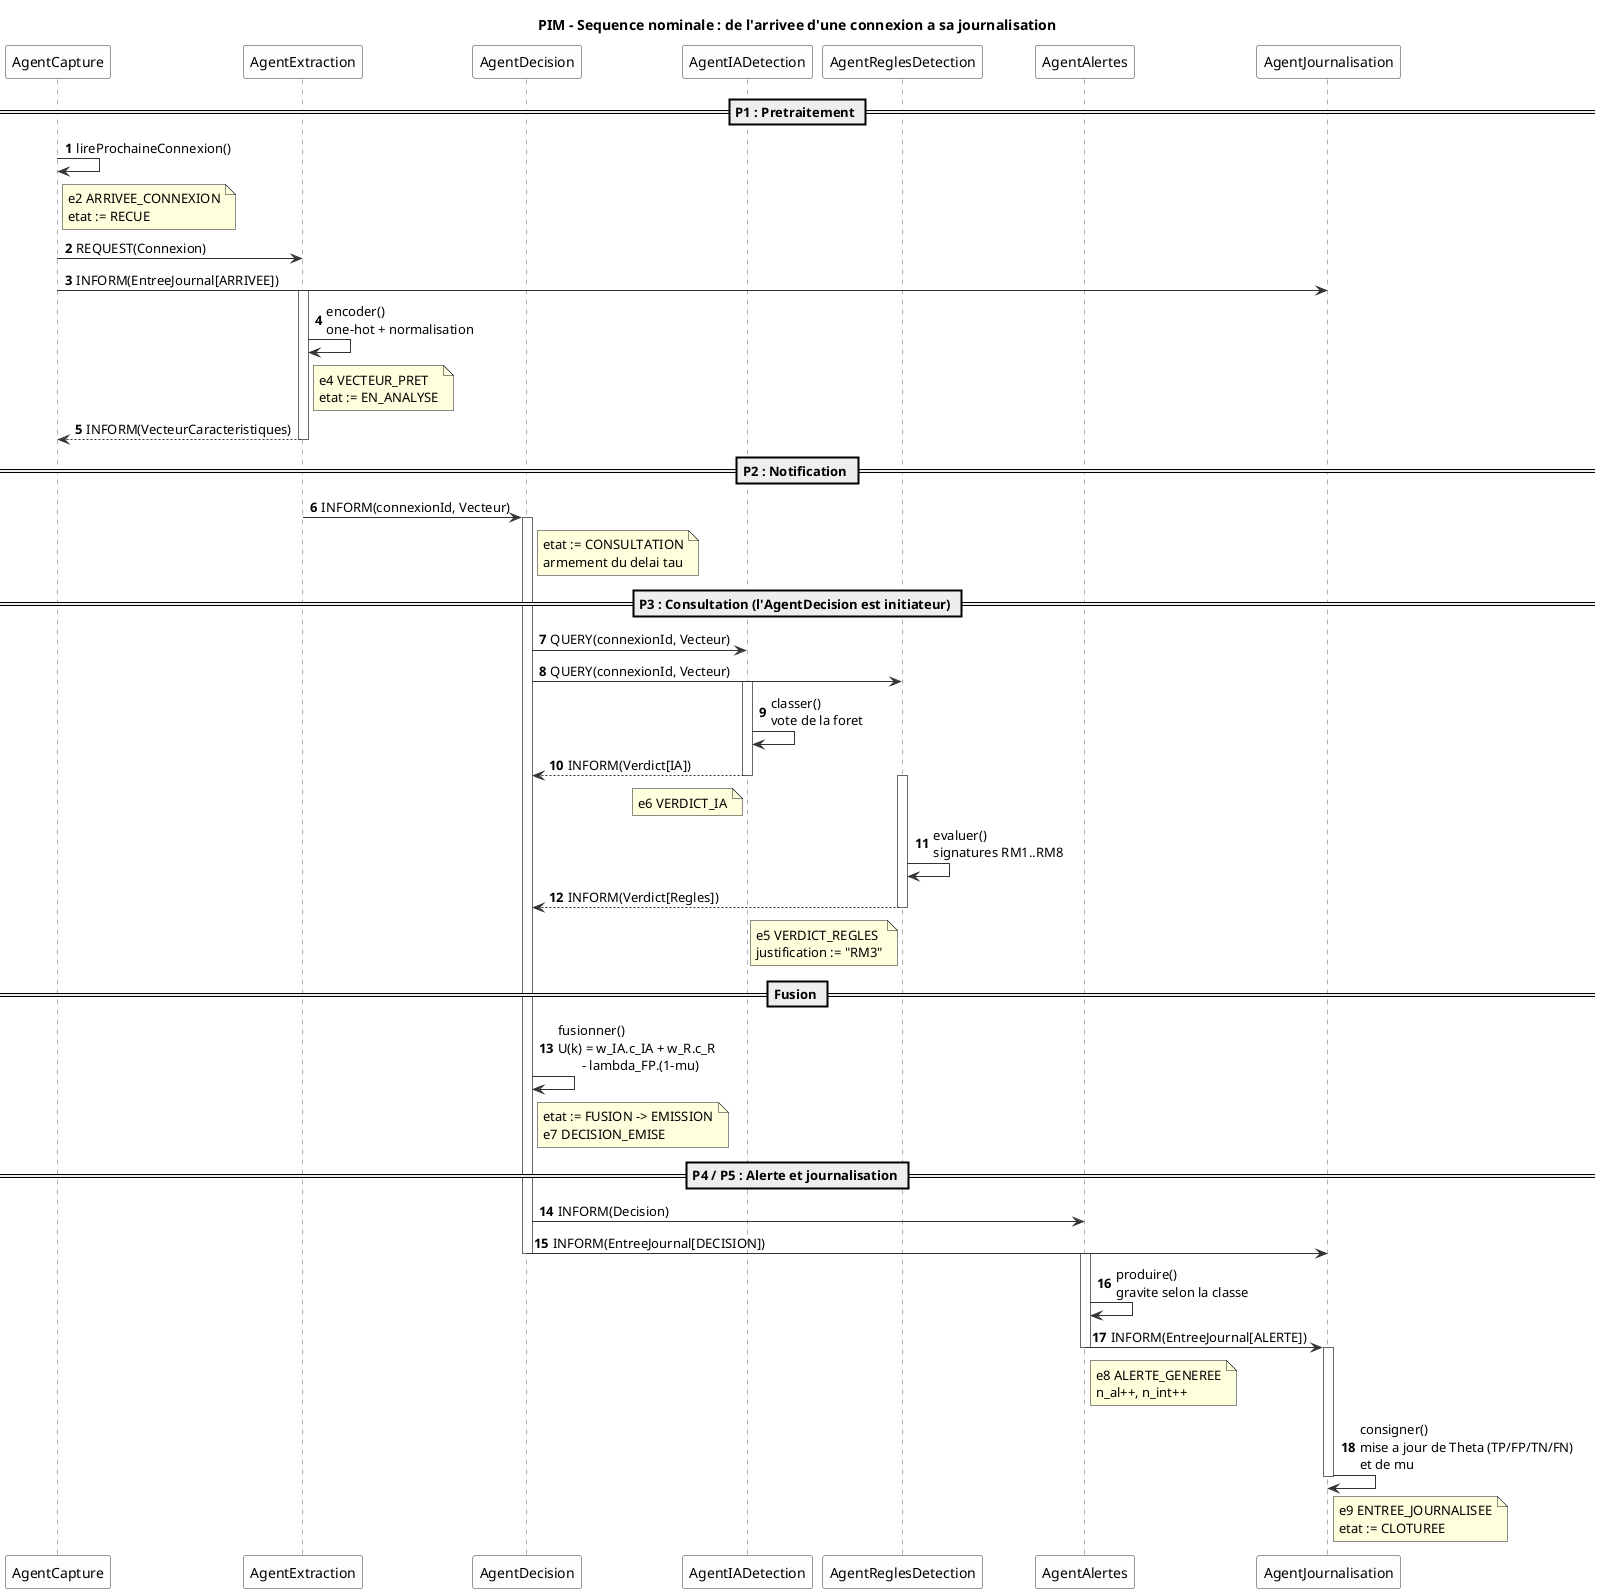
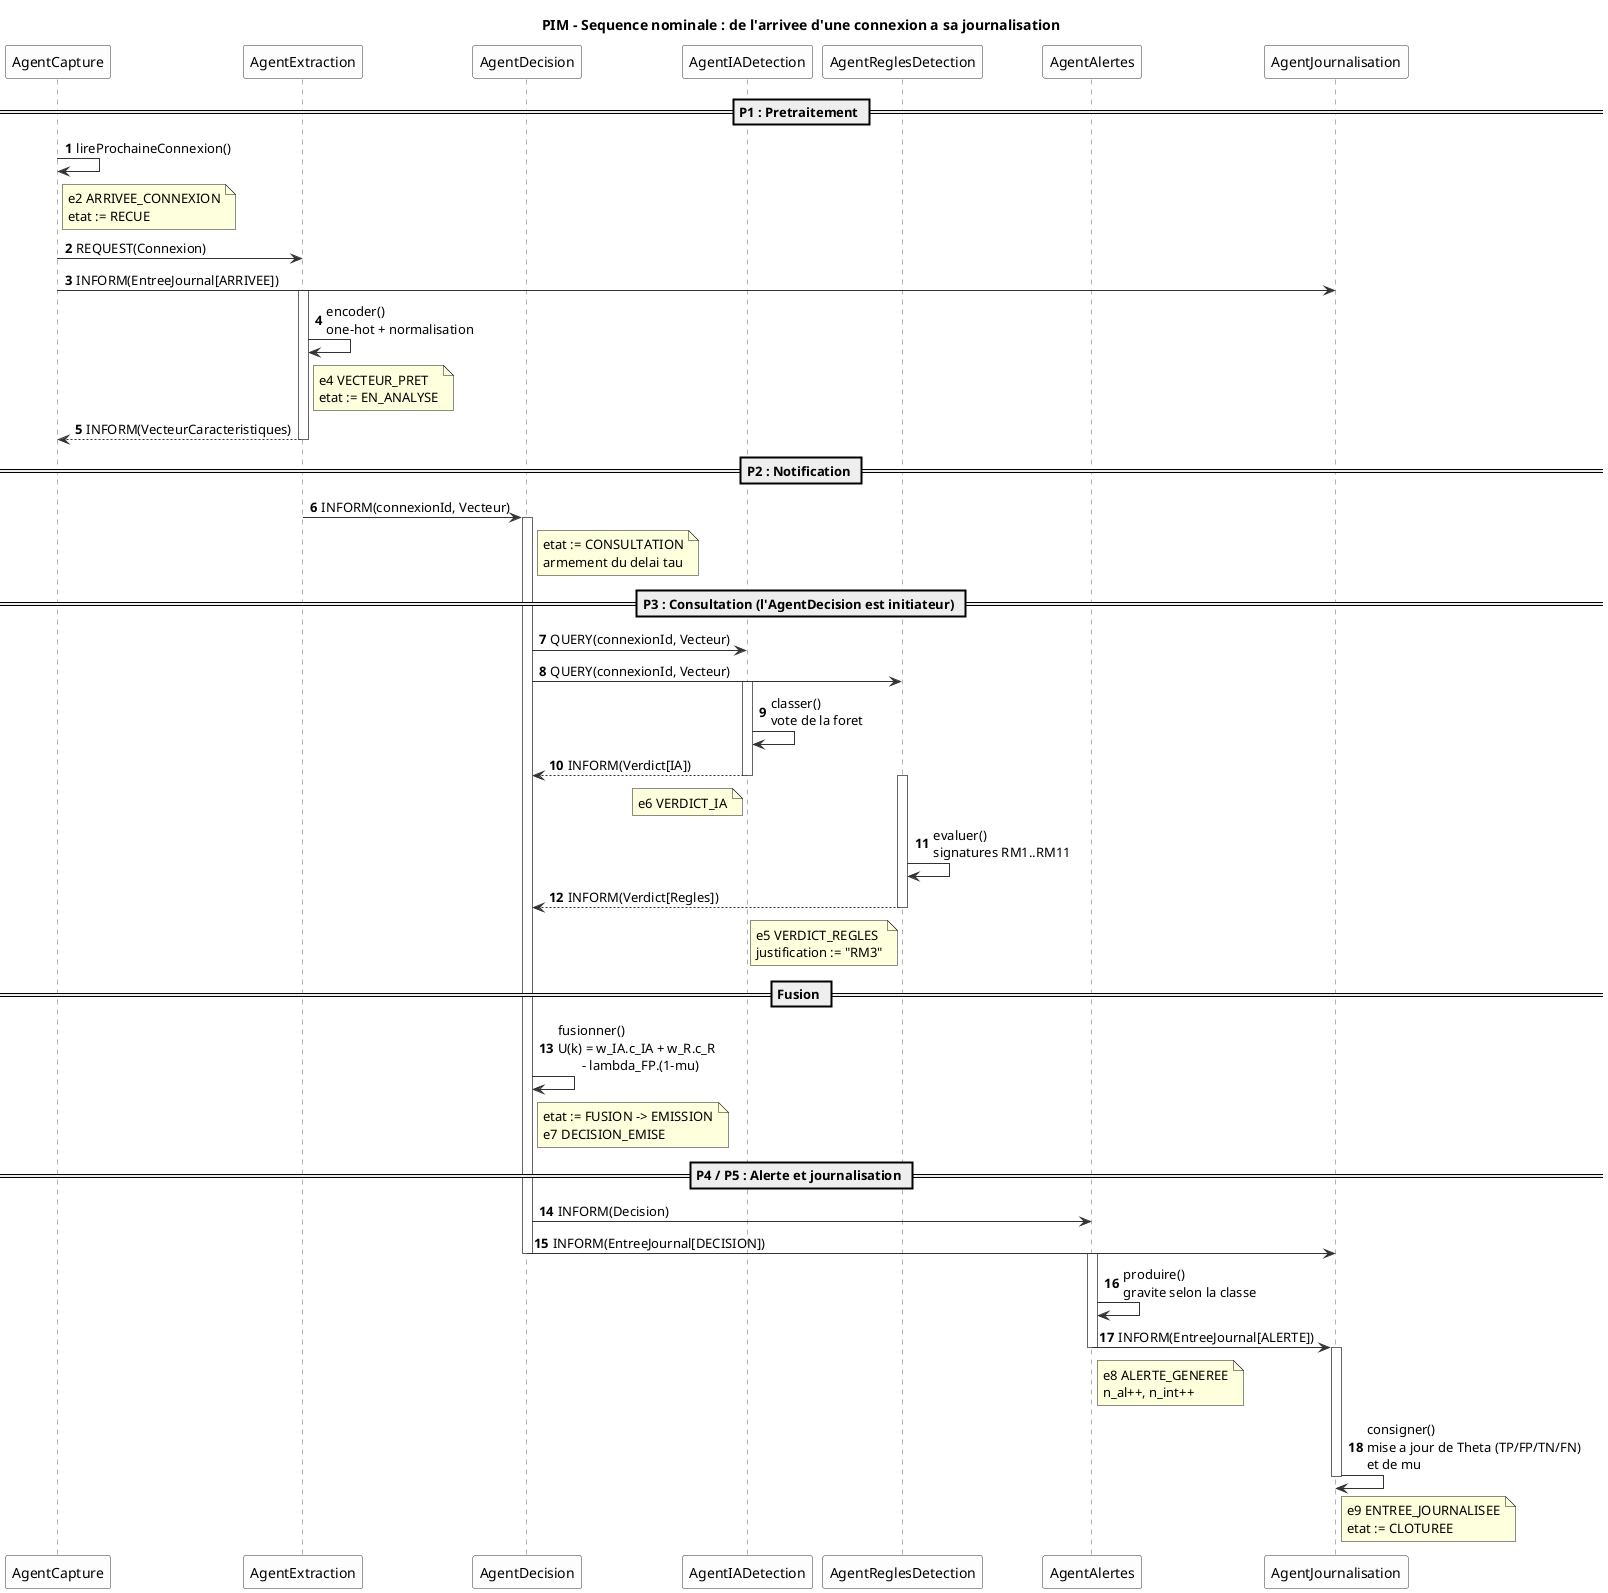
@startuml pim-sequence-nominal
title PIM - Sequence nominale : de l'arrivee d'une connexion a sa journalisation

skinparam sequence {
  ArrowColor #333333
  LifeLineBorderColor #666666
  ParticipantBackgroundColor #FDFDFD
  ParticipantBorderColor #333333
}

participant "AgentCapture" as CAP
participant "AgentExtraction" as EXT
participant "AgentDecision" as DEC
participant "AgentIADetection" as IA
participant "AgentReglesDetection" as REG
participant "AgentAlertes" as ALE
participant "AgentJournalisation" as JOU

autonumber

== P1 : Pretraitement ==
CAP -> CAP : lireProchaineConnexion()
note right of CAP : e2 ARRIVEE_CONNEXION\netat := RECUE
CAP -> EXT : REQUEST(Connexion)
CAP -> JOU : INFORM(EntreeJournal[ARRIVEE])
activate EXT
EXT -> EXT : encoder()\none-hot + normalisation
note right of EXT : e4 VECTEUR_PRET\netat := EN_ANALYSE
EXT --> CAP : INFORM(VecteurCaracteristiques)
deactivate EXT

== P2 : Notification ==
EXT -> DEC : INFORM(connexionId, Vecteur)
activate DEC
note right of DEC : etat := CONSULTATION\narmement du delai tau

== P3 : Consultation (l'AgentDecision est initiateur) ==
DEC -> IA : QUERY(connexionId, Vecteur)
DEC -> REG : QUERY(connexionId, Vecteur)

activate IA
IA -> IA : classer()\nvote de la foret
IA --> DEC : INFORM(Verdict[IA])
deactivate IA
note left of IA : e6 VERDICT_IA

activate REG
- REG -> REG : evaluer()\nsignatures RM1..RM8
+ REG -> REG : evaluer()\nsignatures RM1..RM11
REG --> DEC : INFORM(Verdict[Regles])
deactivate REG
note left of REG : e5 VERDICT_REGLES\njustification := "RM3"

== Fusion ==
DEC -> DEC : fusionner()\nU(k) = w_IA.c_IA + w_R.c_R\n       - lambda_FP.(1-mu)
note right of DEC : etat := FUSION -> EMISSION\ne7 DECISION_EMISE

== P4 / P5 : Alerte et journalisation ==
DEC -> ALE : INFORM(Decision)
DEC -> JOU : INFORM(EntreeJournal[DECISION])
deactivate DEC

activate ALE
ALE -> ALE : produire()\ngravite selon la classe
ALE -> JOU : INFORM(EntreeJournal[ALERTE])
deactivate ALE
note right of ALE : e8 ALERTE_GENEREE\nn_al++, n_int++

activate JOU
JOU -> JOU : consigner()\nmise a jour de Theta (TP/FP/TN/FN)\net de mu
deactivate JOU
note right of JOU : e9 ENTREE_JOURNALISEE\netat := CLOTUREE
@enduml
